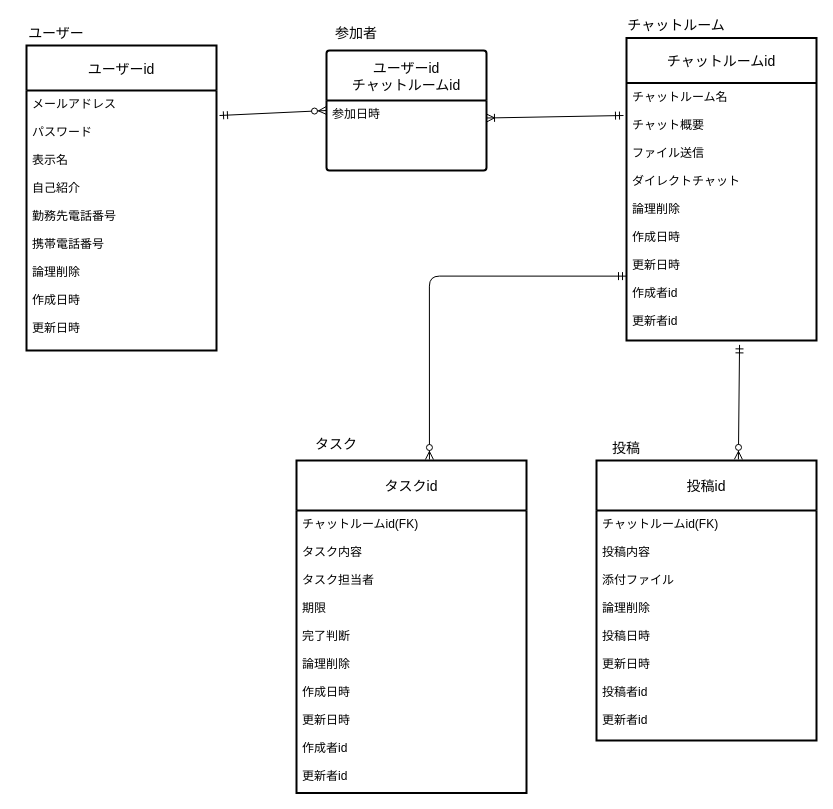
The draw.io diagram db/db-challenge1/db-challenge1.drawio in MunehiroMachida/quelcode-db, before the edit. Source tidied: cells renumbered, new cells numbered last; positions are measured from the earlier drawing's top-left corner, leaving out a move shared by most shapes. Both pictures are drawn from the tidied source at 100%, with x=0, y=0 at pixel (16, 19).
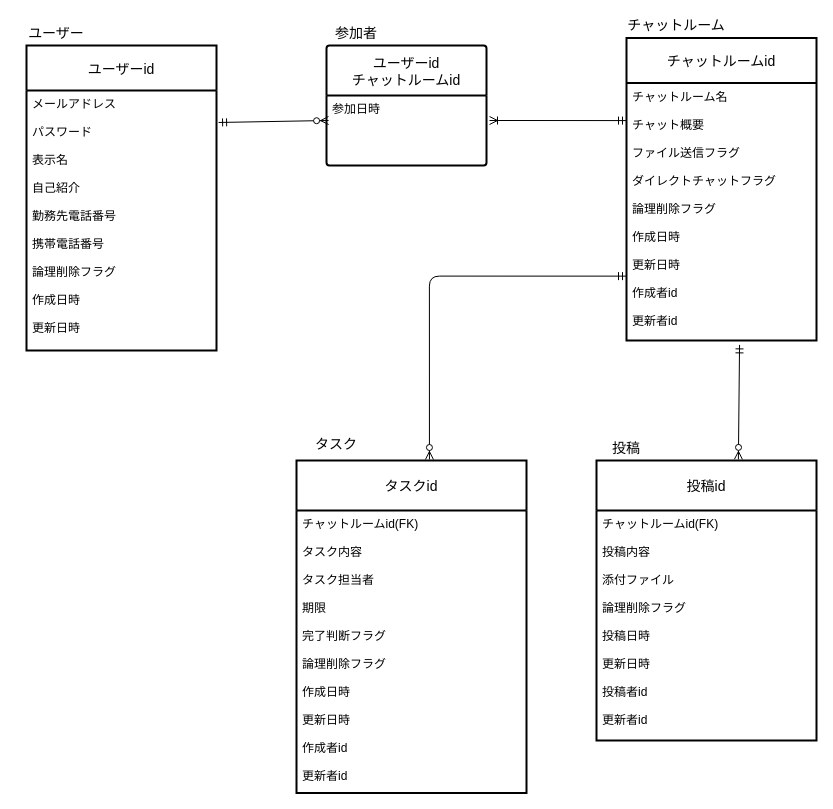
The same diagram, later.

Commit message:
フラグ追加

The change refers to these unchanged cells:
```xml
<mxCell id="9" value="ユーザーid" style="swimlane;horizontal=1;startSize=45;rounded=1;fontSize=14;fontStyle=0;strokeWidth=2;shadow=0;dashed=0;align=center;arcSize=0;" parent="1" vertex="1">
  <mxGeometry x="10" y="26" width="190" height="305" as="geometry" />
</mxCell>
<mxCell id="11" value="タスクid" style="swimlane;horizontal=1;startSize=50;rounded=1;fontSize=14;fontStyle=0;strokeWidth=2;shadow=0;dashed=0;align=center;arcSize=0;" parent="1" vertex="1">
  <mxGeometry x="280" y="441" width="230" height="332.5" as="geometry" />
</mxCell>
<mxCell id="13" value="投稿id" style="swimlane;horizontal=1;startSize=50;rounded=1;fontSize=14;fontStyle=0;strokeWidth=2;shadow=0;dashed=0;align=center;arcSize=0;" parent="1" vertex="1">
  <mxGeometry x="580" y="441" width="220" height="280" as="geometry" />
</mxCell>
<mxCell id="18" value="参加日時" style="align=left;strokeColor=none;fillColor=none;spacingLeft=4;fontSize=12;verticalAlign=top;" parent="17" vertex="1">
  <mxGeometry y="50" width="160" height="70" as="geometry" />
</mxCell>
```

The edit, as a diff of the source:
```diff
@@
-    <mxCell id="7" style="fontSize=12;html=1;endArrow=ERoneToMany;startArrow=ERmandOne;entryX=1;entryY=0.25;entryDx=0;entryDy=0;" parent="1" edge="1" target="18">
+    <mxCell id="7" style="fontSize=12;html=1;endArrow=ERoneToMany;startArrow=ERmandOne;exitX=0;exitY=0.146;exitDx=0;exitDy=0;exitPerimeter=0;" parent="1" edge="1" source="20">
       <mxGeometry relative="1" as="geometry">
-        <mxPoint x="607" y="96" as="sourcePoint" />
+        <mxPoint x="473" y="101" as="targetPoint" />
       </mxGeometry>
     </mxCell>
-    <mxCell id="8" style="fontSize=12;html=1;endArrow=ERzeroToMany;startArrow=ERmandOne;entryX=0;entryY=0.5;entryDx=0;entryDy=0;" parent="1" edge="1" target="17">
-      <mxGeometry relative="1" as="geometry">
-        <mxPoint x="203" y="96" as="sourcePoint" />
-      </mxGeometry>
+    <mxCell id="8" style="fontSize=12;html=1;endArrow=ERzeroToMany;startArrow=ERmandOne;entryX=0.013;entryY=0.357;entryDx=0;entryDy=0;entryPerimeter=0;exitX=1.011;exitY=0.123;exitDx=0;exitDy=0;exitPerimeter=0;" parent="1" edge="1" source="10" target="18">
+      <mxGeometry relative="1" as="geometry" />
     </mxCell>
@@
-    <mxCell id="10" value="メールアドレス&#10;&#10;パスワード&#10;&#10;表示名&#10;&#10;自己紹介&#10;&#10;勤務先電話番号&#10;&#10;携帯電話番号&#10;&#10;論理削除&#10;&#10;作成日時&#10;&#10;更新日時&#10;" style="align=left;strokeColor=none;fillColor=none;spacingLeft=4;fontSize=12;verticalAlign=top;" parent="9" vertex="1">
+    <mxCell id="10" value="メールアドレス&#10;&#10;パスワード&#10;&#10;表示名&#10;&#10;自己紹介&#10;&#10;勤務先電話番号&#10;&#10;携帯電話番号&#10;&#10;論理削除フラグ&#10;&#10;作成日時&#10;&#10;更新日時&#10;" style="align=left;strokeColor=none;fillColor=none;spacingLeft=4;fontSize=12;verticalAlign=top;" parent="9" vertex="1">
       <mxGeometry y="45" width="190" height="260" as="geometry" />
     </mxCell>
@@
-    <mxCell id="12" value="チャットルームid(FK)&#10;&#10;タスク内容&#10;&#10;タスク担当者&#10;&#10;期限&#10;&#10;完了判断&#10;&#10;論理削除&#10;&#10;作成日時&#10;&#10;更新日時&#10;&#10;作成者id&#10;&#10;更新者id" style="align=left;strokeColor=none;fillColor=none;spacingLeft=4;fontSize=12;verticalAlign=top;" parent="11" vertex="1">
+    <mxCell id="12" value="チャットルームid(FK)&#10;&#10;タスク内容&#10;&#10;タスク担当者&#10;&#10;期限&#10;&#10;完了判断フラグ&#10;&#10;論理削除フラグ&#10;&#10;作成日時&#10;&#10;更新日時&#10;&#10;作成者id&#10;&#10;更新者id" style="align=left;strokeColor=none;fillColor=none;spacingLeft=4;fontSize=12;verticalAlign=top;" parent="11" vertex="1">
       <mxGeometry y="50" width="230" height="282.5" as="geometry" />
     </mxCell>
@@
-    <mxCell id="14" value="チャットルームid(FK)&#10;&#10;投稿内容&#10;&#10;添付ファイル&#10;&#10;論理削除&#10;&#10;投稿日時&#10;&#10;更新日時&#10;&#10;投稿者id&#10;&#10;更新者id" style="align=left;strokeColor=none;fillColor=none;spacingLeft=4;fontSize=12;verticalAlign=top;" parent="13" vertex="1">
+    <mxCell id="14" value="チャットルームid(FK)&#10;&#10;投稿内容&#10;&#10;添付ファイル&#10;&#10;論理削除フラグ&#10;&#10;投稿日時&#10;&#10;更新日時&#10;&#10;投稿者id&#10;&#10;更新者id" style="align=left;strokeColor=none;fillColor=none;spacingLeft=4;fontSize=12;verticalAlign=top;" parent="13" vertex="1">
       <mxGeometry y="50" width="220" height="230" as="geometry" />
     </mxCell>
@@
+    <mxCell id="19" value="チャットルームid" style="swimlane;horizontal=1;startSize=45;rounded=1;fontSize=14;fontStyle=0;strokeWidth=2;shadow=0;dashed=0;align=center;arcSize=0;" parent="1" vertex="1">
+      <mxGeometry x="610" y="18.5" width="190" height="302.5" as="geometry" />
+    </mxCell>
+    <mxCell id="20" value="チャットルーム名&#10;&#10;チャット概要&#10;&#10;ファイル送信フラグ&#10;&#10;ダイレクトチャットフラグ&#10;&#10;論理削除フラグ&#10;&#10;作成日時&#10;&#10;更新日時&#10;&#10;作成者id&#10;&#10;更新者id&#10;&#10;" style="align=left;strokeColor=none;fillColor=none;spacingLeft=4;fontSize=12;verticalAlign=top;" parent="19" vertex="1">
+      <mxGeometry y="45" width="190" height="257.5" as="geometry" />
+    </mxCell>
     <mxCell id="17" value="ユーザーid&#10;チャットルームid" style="swimlane;horizontal=1;startSize=50;rounded=1;fontSize=14;fontStyle=0;strokeWidth=2;shadow=0;dashed=0;align=center;arcSize=2;" parent="1" vertex="1">
-      <mxGeometry x="310" y="31" width="160" height="120" as="geometry" />
+      <mxGeometry x="310" y="26" width="160" height="120" as="geometry" />
     </mxCell>
@@
-    <mxCell id="19" value="チャットルームid" style="swimlane;horizontal=1;startSize=45;rounded=1;fontSize=14;fontStyle=0;strokeWidth=2;shadow=0;dashed=0;align=center;arcSize=0;" parent="1" vertex="1">
-      <mxGeometry x="610" y="18.5" width="190" height="302.5" as="geometry" />
-    </mxCell>
-    <mxCell id="20" value="チャットルーム名&#10;&#10;チャット概要&#10;&#10;ファイル送信&#10;&#10;ダイレクトチャット&#10;&#10;論理削除&#10;&#10;作成日時&#10;&#10;更新日時&#10;&#10;作成者id&#10;&#10;更新者id&#10;&#10;" style="align=left;strokeColor=none;fillColor=none;spacingLeft=4;fontSize=12;verticalAlign=top;" parent="19" vertex="1">
-      <mxGeometry y="45" width="190" height="257.5" as="geometry" />
-    </mxCell>
```
